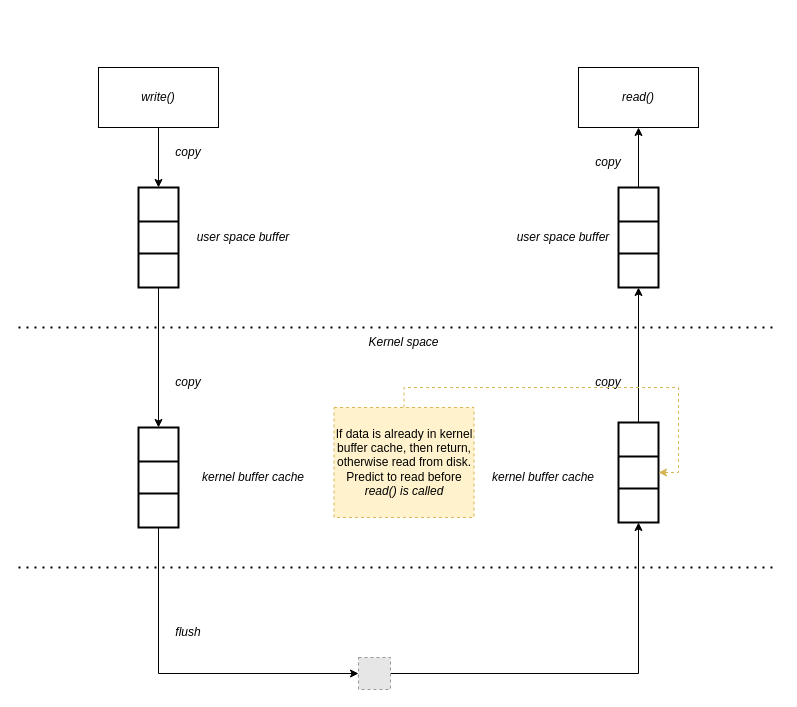
da0p/diagram-notes keeps this draw.io diagram as file_io_buffering.drawio. Above is the earlier version. Source tidied: cells renumbered, new cells numbered last; positions are measured from the earlier drawing's top-left corner, leaving out a move shared by most shapes. Both pictures are drawn from the tidied source at 100%, with x=0, y=0 at pixel (18, 67). Pictures stored in the file or linked from it are replaced by grey dashed boxes.
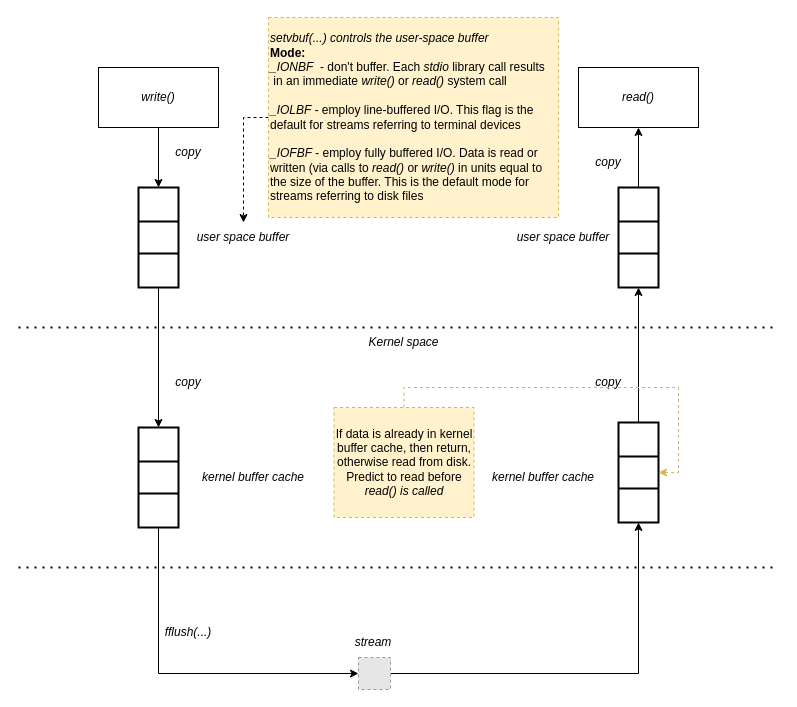
The same diagram, later.

The change refers to these unchanged cells:
```xml
<mxCell id="7" value="&lt;i&gt;user space buffer&lt;/i&gt;" style="text;html=1;align=center;verticalAlign=middle;whiteSpace=wrap;rounded=0;" parent="1" vertex="1">
  <mxGeometry x="170" y="155" width="110" height="30" as="geometry" />
</mxCell>
```

Change to the diagram source:
```diff
@@
-    <mxCell id="17" value="&lt;i&gt;flush&lt;/i&gt;" style="text;html=1;align=center;verticalAlign=middle;whiteSpace=wrap;rounded=0;" parent="1" vertex="1">
+    <mxCell id="17" value="&lt;i&gt;fflush(...)&lt;/i&gt;" style="text;html=1;align=center;verticalAlign=middle;whiteSpace=wrap;rounded=0;" parent="1" vertex="1">
       <mxGeometry x="140" y="550" width="60" height="30" as="geometry" />
     </mxCell>
@@
+    <mxCell id="29" style="endArrow=classic;html=1;rounded=0;entryX=0.5;entryY=0;entryDx=0;entryDy=0;dashed=1;exitX=0;exitY=0.5;exitDx=0;exitDy=0;" parent="1" edge="1" source="30" target="7">
+      <mxGeometry relative="1" as="geometry">
+        <Array as="points">
+          <mxPoint x="225" y="50" />
+        </Array>
+      </mxGeometry>
+    </mxCell>
+    <mxCell id="30" value="&lt;div align=&quot;left&quot;&gt;&lt;i&gt;setvbuf(...) controls the user-space buffer&lt;/i&gt;&lt;/div&gt;&lt;div align=&quot;left&quot;&gt;&lt;b&gt;Mode:&lt;/b&gt;&lt;/div&gt;&lt;div align=&quot;left&quot;&gt;&lt;i&gt;_IONBF&lt;/i&gt;&amp;nbsp; - don't buffer. Each &lt;i&gt;stdio &lt;/i&gt;library call results&lt;/div&gt;&lt;div&gt;&amp;nbsp;in an immediate &lt;i&gt;write() &lt;/i&gt;or &lt;i&gt;read()&lt;/i&gt; system call&lt;/div&gt;&lt;div&gt;&lt;br&gt;&lt;/div&gt;&lt;div&gt;&lt;i&gt;_IOLBF - &lt;/i&gt;employ line-buffered I/O. This flag is the default for streams referring to terminal devices&lt;/div&gt;&lt;div&gt;&lt;br&gt;&lt;/div&gt;&lt;div&gt;&lt;i&gt;_IOFBF - &lt;/i&gt;employ fully buffered I/O. Data is read or written (via calls to &lt;i&gt;read()&lt;/i&gt; or &lt;i&gt;write()&lt;/i&gt; in units equal to the size of the buffer. This is the default mode for streams referring to disk files&lt;/div&gt;" style="rounded=0;whiteSpace=wrap;html=1;dashed=1;fillColor=#fff2cc;strokeColor=#d6b656;align=left;" parent="1" vertex="1">
+      <mxGeometry x="250" y="-50" width="290" height="200" as="geometry" />
+    </mxCell>
+    <mxCell id="31" value="&lt;i&gt;stream&lt;/i&gt;" style="text;html=1;align=center;verticalAlign=middle;whiteSpace=wrap;rounded=0;" parent="1" vertex="1">
+      <mxGeometry x="325" y="560" width="60" height="30" as="geometry" />
+    </mxCell>
```
